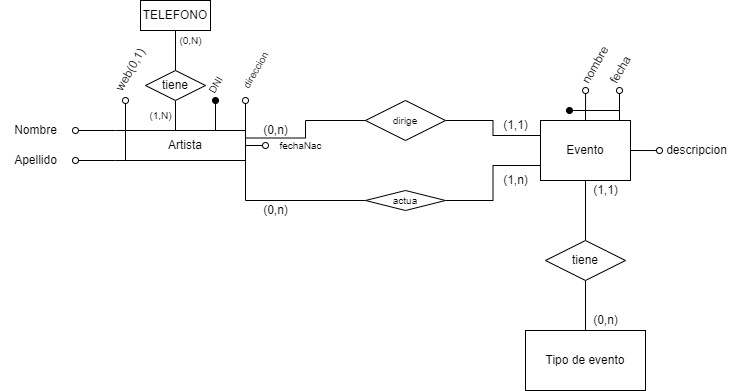
Earlier version of the draw.io export PRACTICA 2/Parte2/Ejercicio1/Ejercicio1-logico.png (agusrnfr/DBD). Source tidied: cells renumbered, new cells last; positions are measured from the earlier drawing's top-left corner, leaving out a move shared by most shapes.
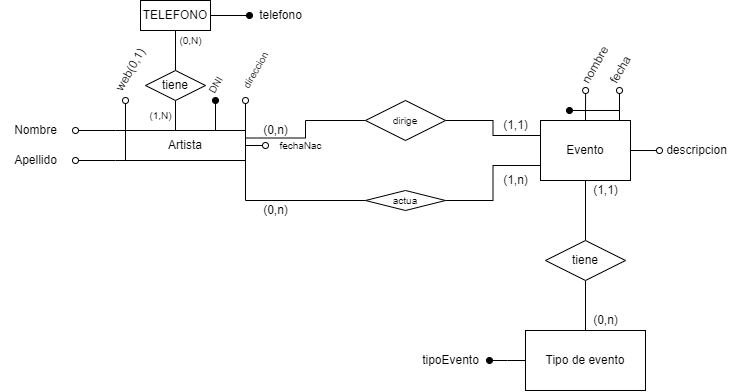
Above is the later version.

Change to the diagram source:
```diff
@@ -64,6 +64,11 @@
     <mxCell id="15" value="tiene" style="rhombus;whiteSpace=wrap;html=1;" parent="1" vertex="1">
       <mxGeometry x="145" y="70" width="60" height="30" as="geometry" />
     </mxCell>
+    <mxCell id="45" style="edgeStyle=elbowEdgeStyle;rounded=0;jettySize=auto;html=1;startArrow=none;startFill=0;endArrow=oval;endFill=1;" parent="1" edge="1" source="16">
+      <mxGeometry relative="1" as="geometry">
+        <mxPoint x="249" y="15" as="targetPoint" />
+      </mxGeometry>
+    </mxCell>
     <mxCell id="16" value="TELEFONO" style="whiteSpace=wrap;html=1;" parent="1" vertex="1">
       <mxGeometry x="140" width="70" height="30" as="geometry" />
     </mxCell>
@@ -118,6 +123,11 @@
     <mxCell id="31" value="&lt;font style=&quot;font-size: 12px;&quot;&gt;Evento&lt;/font&gt;" style="whiteSpace=wrap;html=1;fontSize=10;" parent="1" vertex="1">
       <mxGeometry x="540" y="120" width="90" height="60" as="geometry" />
     </mxCell>
+    <mxCell id="46" style="edgeStyle=elbowEdgeStyle;rounded=0;jettySize=auto;html=1;exitX=0;exitY=0.5;exitDx=0;exitDy=0;startArrow=none;startFill=0;endArrow=oval;endFill=1;" parent="1" edge="1" source="32">
+      <mxGeometry relative="1" as="geometry">
+        <mxPoint x="489" y="360" as="targetPoint" />
+      </mxGeometry>
+    </mxCell>
     <mxCell id="32" value="Tipo de evento" style="whiteSpace=wrap;html=1;fontSize=12;" parent="1" vertex="1">
       <mxGeometry x="525" y="330" width="120" height="60" as="geometry" />
     </mxCell>
@@ -160,5 +170,11 @@
         <mxPoint x="619" y="110" as="targetPoint" />
       </mxGeometry>
     </mxCell>
+    <mxCell id="47" value="telefono" style="text;html=1;align=center;verticalAlign=middle;strokeColor=none;fillColor=none;" parent="1" vertex="1">
+      <mxGeometry x="245" width="70" height="30" as="geometry" />
+    </mxCell>
+    <mxCell id="48" value="tipoEvento" style="text;html=1;align=center;verticalAlign=middle;strokeColor=none;fillColor=none;" parent="1" vertex="1">
+      <mxGeometry x="410" y="345" width="80" height="30" as="geometry" />
+    </mxCell>
   </root>
 </mxGraphModel>
```
